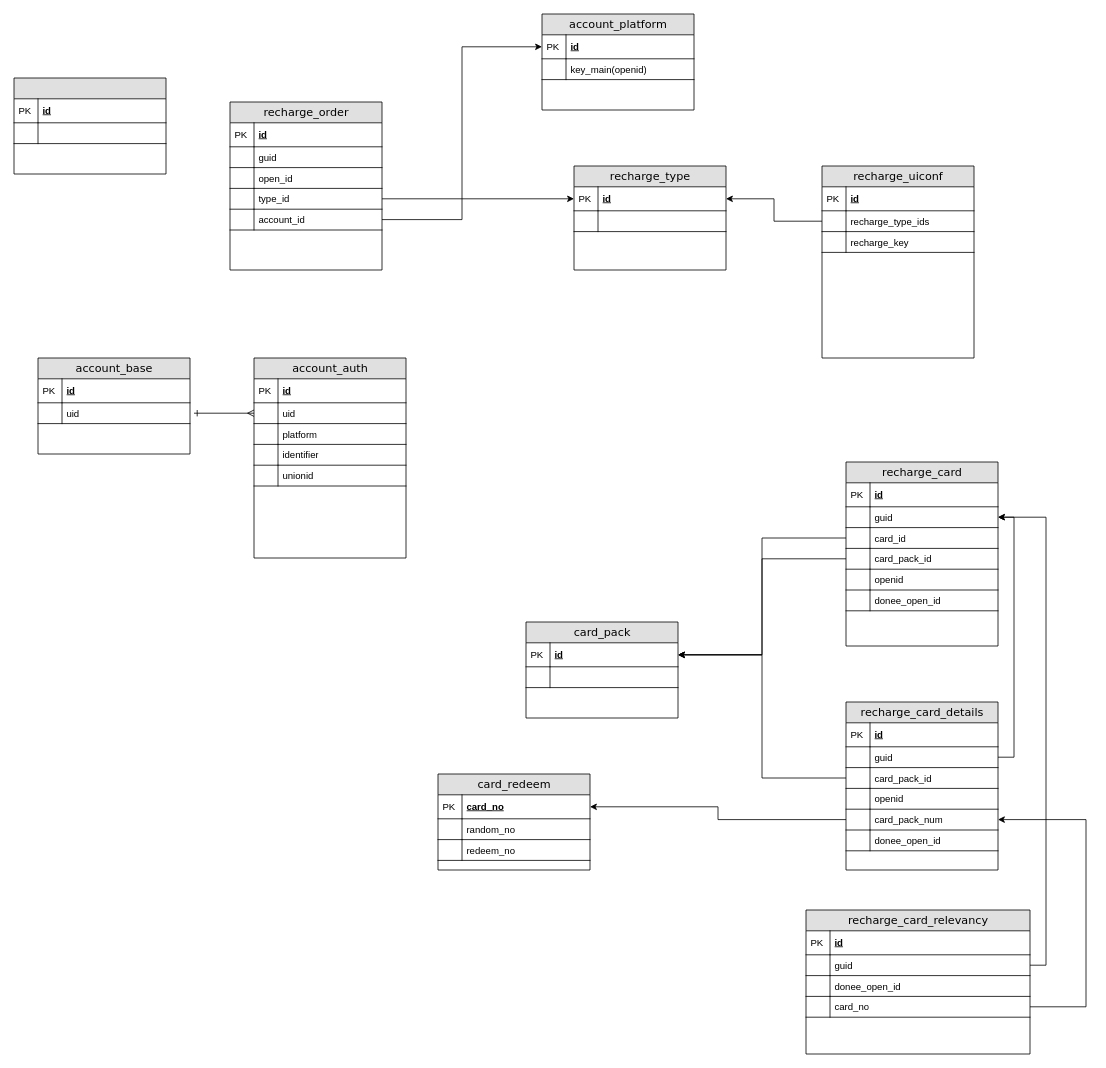
Hex86/drawio keeps this draw.io diagram as lmb.drawio. Above is the earlier version. Source tidied: cells renumbered, new cells numbered last; positions are measured from the earlier drawing's top-left corner, leaving out a move shared by most shapes. Both pictures are drawn from the tidied source at 80%, with x=0, y=0 at pixel (14, 14).
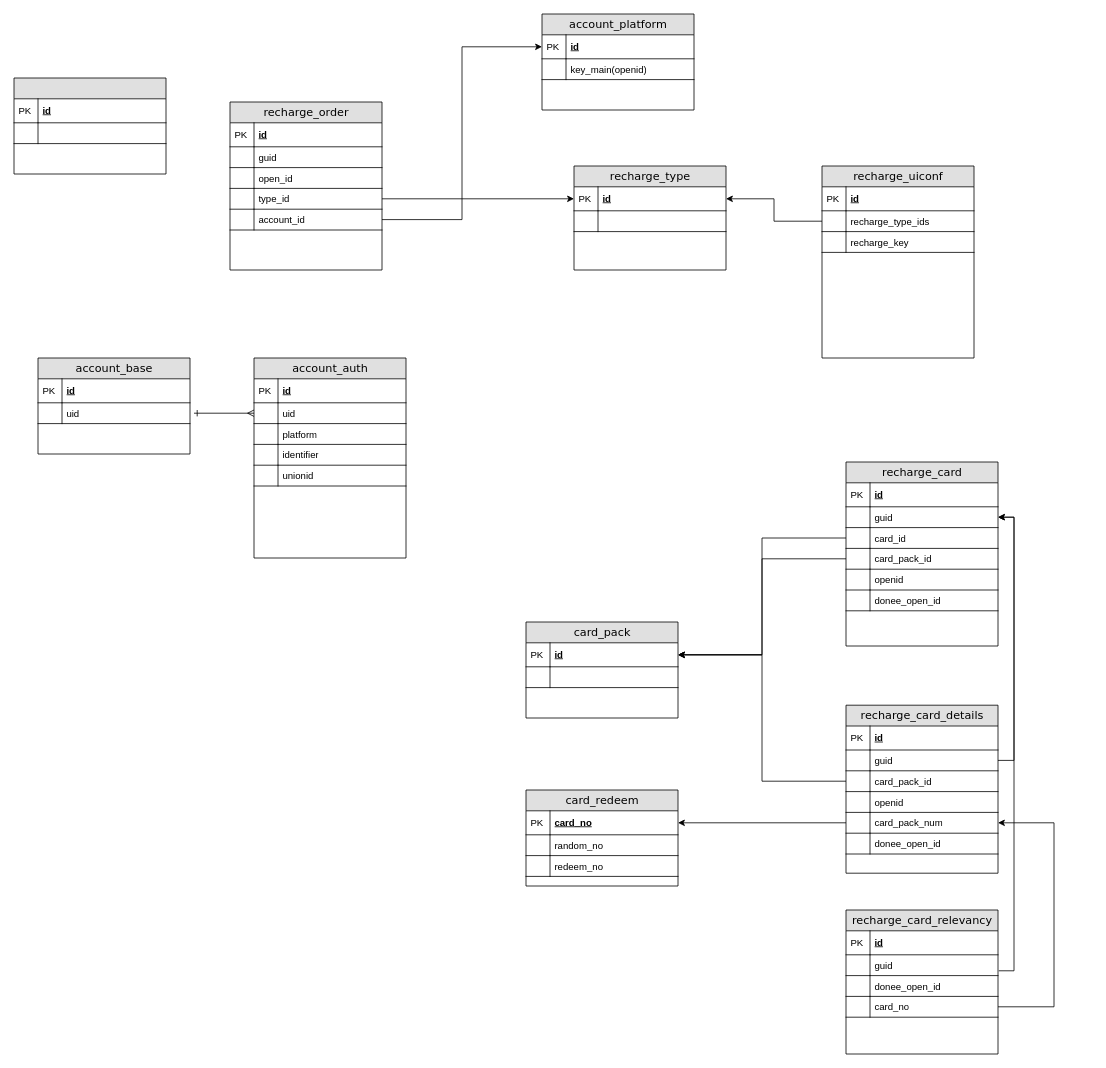
The same diagram, later.

Unchanged cells that the change refers to:
```xml
<mxCell id="69" value="card_pack_num" style="shape=partialRectangle;top=0;left=0;right=0;bottom=1;html=1;align=left;verticalAlign=top;fillColor=none;spacingLeft=34;spacingRight=4;whiteSpace=wrap;overflow=hidden;points=[[0,0.5],[1,0.5]];portConstraint=eastwest;" parent="60" vertex="1">
  <mxGeometry y="134" width="190" height="26" as="geometry" />
</mxCell>
<mxCell id="77" value="guid" style="shape=partialRectangle;top=0;left=0;right=0;bottom=1;html=1;align=left;verticalAlign=top;fillColor=none;spacingLeft=34;spacingRight=4;whiteSpace=wrap;overflow=hidden;points=[[0,0.5],[1,0.5]];portConstraint=eastwest;" parent="74" vertex="1">
  <mxGeometry y="56" width="190" height="26" as="geometry" />
</mxCell>
```

What changed in the source:
```diff
@@
     <mxCell id="60" value="recharge_card_details" style="swimlane;html=1;fontStyle=0;horizontal=1;startSize=26;fillColor=#e0e0e0;swimlaneFillColor=#ffffff;align=center;rounded=0;shadow=0;comic=0;labelBackgroundColor=none;strokeWidth=1;fontFamily=Verdana;fontSize=14;swimlaneLine=1;" parent="1" vertex="1">
-      <mxGeometry x="1040" y="860" width="190" height="210" as="geometry" />
+      <mxGeometry x="1040" y="864" width="190" height="210" as="geometry" />
     </mxCell>
@@
     <mxCell id="89" value="card_redeem" style="swimlane;html=1;fontStyle=0;horizontal=1;startSize=26;fillColor=#e0e0e0;swimlaneFillColor=#ffffff;align=center;rounded=0;shadow=0;comic=0;labelBackgroundColor=none;strokeWidth=1;fontFamily=Verdana;fontSize=14;swimlaneLine=1;" parent="1" vertex="1">
-      <mxGeometry x="530" y="950" width="190" height="120" as="geometry" />
+      <mxGeometry x="640" y="970" width="190" height="120" as="geometry" />
     </mxCell>
@@
     <mxCell id="98" value="recharge_card_relevancy" style="swimlane;html=1;fontStyle=0;horizontal=1;startSize=26;fillColor=#e0e0e0;swimlaneFillColor=#ffffff;align=center;rounded=0;shadow=0;comic=0;labelBackgroundColor=none;strokeWidth=1;fontFamily=Verdana;fontSize=14;swimlaneLine=1;" parent="1" vertex="1">
-      <mxGeometry x="990" y="1120" width="280" height="180" as="geometry" />
+      <mxGeometry x="1040" y="1120" width="190" height="180" as="geometry" />
     </mxCell>
     <mxCell id="99" value="id" style="shape=partialRectangle;top=0;left=0;right=0;bottom=1;html=1;align=left;verticalAlign=middle;fillColor=none;spacingLeft=34;spacingRight=4;whiteSpace=wrap;overflow=hidden;fontStyle=5;" parent="98" vertex="1">
-      <mxGeometry y="26" width="280" height="30" as="geometry" />
+      <mxGeometry y="26" width="190" height="30" as="geometry" />
     </mxCell>
@@
     <mxCell id="101" value="guid" style="shape=partialRectangle;top=0;left=0;right=0;bottom=1;html=1;align=left;verticalAlign=top;fillColor=none;spacingLeft=34;spacingRight=4;whiteSpace=wrap;overflow=hidden;points=[[0,0.5],[1,0.5]];portConstraint=eastwest;" parent="98" vertex="1">
-      <mxGeometry y="56" width="280" height="26" as="geometry" />
+      <mxGeometry y="56" width="190" height="26" as="geometry" />
     </mxCell>
@@
     <mxCell id="103" value="donee_open_id" style="shape=partialRectangle;top=0;left=0;right=0;bottom=1;html=1;align=left;verticalAlign=top;fillColor=none;spacingLeft=34;spacingRight=4;whiteSpace=wrap;overflow=hidden;" parent="98" vertex="1">
-      <mxGeometry y="82" width="280" height="26" as="geometry" />
+      <mxGeometry y="82" width="190" height="26" as="geometry" />
     </mxCell>
@@
     <mxCell id="105" value="card_no" style="shape=partialRectangle;top=0;left=0;right=0;bottom=1;html=1;align=left;verticalAlign=top;fillColor=none;spacingLeft=34;spacingRight=4;whiteSpace=wrap;overflow=hidden;points=[[0,0.5],[1,0.5]];portConstraint=eastwest;" parent="98" vertex="1">
-      <mxGeometry y="108" width="280" height="26" as="geometry" />
+      <mxGeometry y="108" width="190" height="26" as="geometry" />
     </mxCell>
@@
-    <mxCell id="107" style="edgeStyle=orthogonalEdgeStyle;rounded=0;jettySize=auto;html=1;entryX=1;entryY=0.5;entryDx=0;entryDy=0;" parent="1" edge="1" source="101" target="77">
+    <mxCell id="107" style="edgeStyle=orthogonalEdgeStyle;rounded=0;jettySize=auto;html=1;entryX=1;entryY=0.5;entryDx=0;entryDy=0;exitX=1.005;exitY=0.769;exitDx=0;exitDy=0;exitPerimeter=0;" parent="1" edge="1" source="101" target="77">
       <mxGeometry relative="1" as="geometry" />
     </mxCell>
-    <mxCell id="108" style="edgeStyle=orthogonalEdgeStyle;rounded=0;jettySize=auto;html=1;entryX=1;entryY=0.5;entryDx=0;entryDy=0;" parent="1" edge="1" source="105" target="69">
+    <mxCell id="108" style="edgeStyle=orthogonalEdgeStyle;rounded=0;jettySize=auto;html=1;" parent="1" edge="1" source="105" target="69">
       <mxGeometry relative="1" as="geometry">
         <Array as="points">
-          <mxPoint x="1340" y="1241" />
-          <mxPoint x="1340" y="1007" />
+          <mxPoint x="1300" y="1241" />
+          <mxPoint x="1300" y="1011" />
         </Array>
       </mxGeometry>
     </mxCell>
```
